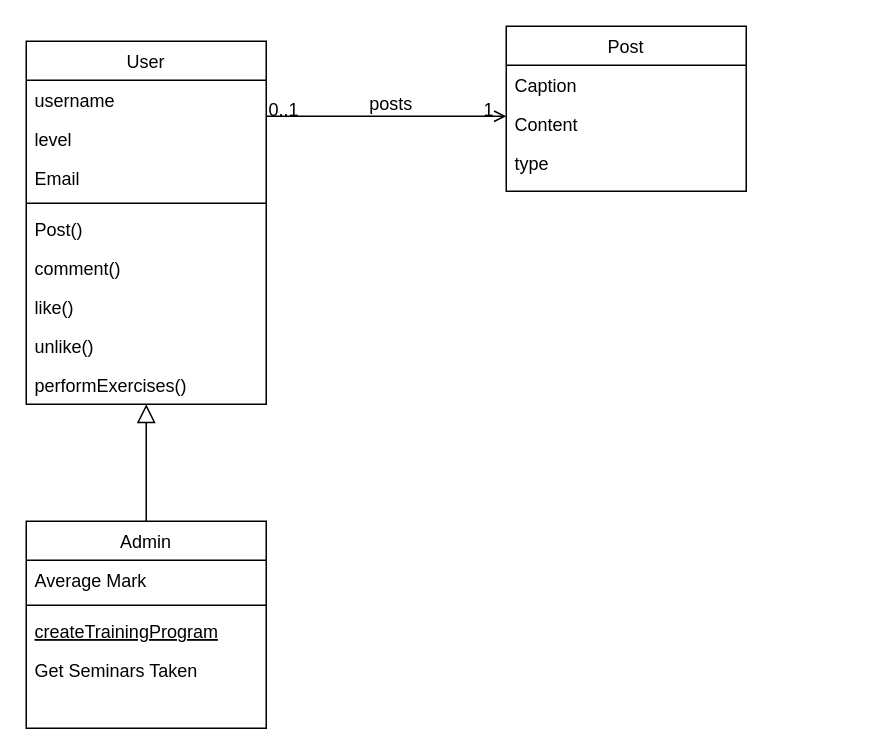
MohammadEssam0/database-related-things keeps this draw.io diagram as Untitled Diagram.drawio. Above is the earlier version. Source tidied: cells renumbered, new cells numbered last; positions are measured from the earlier drawing's top-left corner, leaving out a move shared by most shapes. Both pictures are drawn from the tidied source at 150%, with x=0, y=0 at pixel (26, 26).
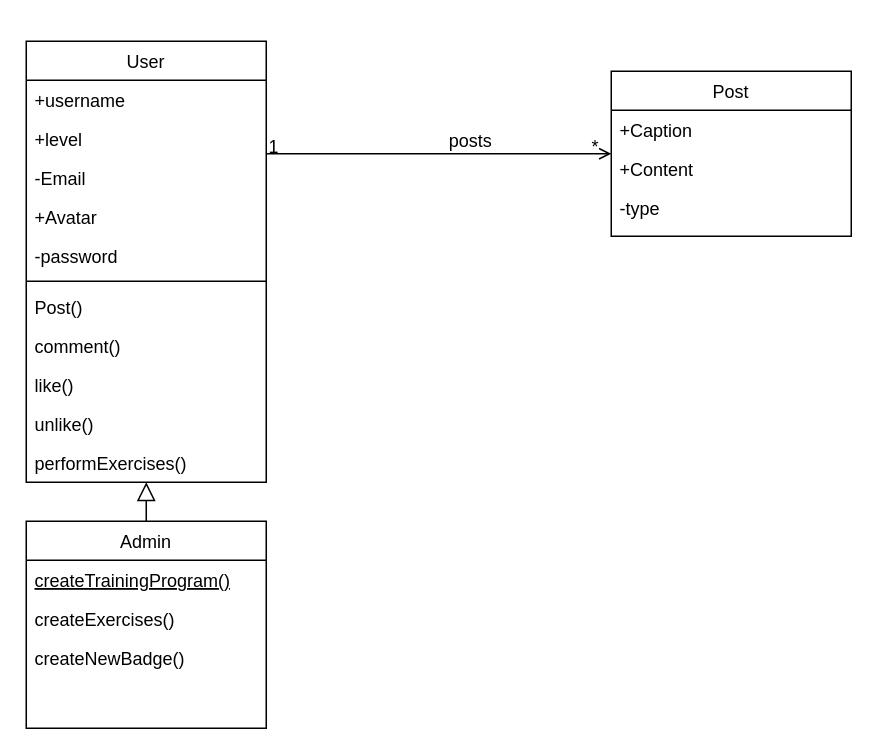
The same page after the edit.

Unchanged cells that the change refers to:
```xml
<mxCell id="12" value="Admin" style="swimlane;fontStyle=0;align=center;verticalAlign=top;horizontal=1;startSize=26;rounded=0;shadow=0;strokeWidth=1;" parent="1" vertex="1">
  <mxGeometry y="330" width="160" height="138" as="geometry" />
</mxCell>
<mxCell id="22" style="endArrow=open;shadow=0;strokeWidth=1;rounded=0;endFill=1;edgeStyle=elbowEdgeStyle;elbow=vertical;" parent="1" edge="1" source="2" target="18">
  <mxGeometry x="0.5" y="41" relative="1" as="geometry">
    <mxPoint x="-40" y="32" as="offset" />
  </mxGeometry>
</mxCell>
```

Change to the diagram source:
```diff
@@
     <mxCell id="2" value="User" style="swimlane;fontStyle=0;align=center;verticalAlign=top;horizontal=1;startSize=26;rounded=0;shadow=0;strokeWidth=1;" parent="1" vertex="1">
-      <mxGeometry y="10" width="160" height="242" as="geometry" />
+      <mxGeometry y="10" width="160" height="294" as="geometry" />
     </mxCell>
-    <mxCell id="3" value="username" style="text;align=left;verticalAlign=top;spacingLeft=4;spacingRight=4;overflow=hidden;" parent="2" vertex="1">
+    <mxCell id="3" value="+username" style="text;align=left;verticalAlign=top;spacingLeft=4;spacingRight=4;overflow=hidden;" parent="2" vertex="1">
       <mxGeometry y="26" width="160" height="26" as="geometry" />
     </mxCell>
-    <mxCell id="4" value="level" style="text;align=left;verticalAlign=top;spacingLeft=4;spacingRight=4;overflow=hidden;rounded=0;shadow=0;html=0;" parent="2" vertex="1">
+    <mxCell id="4" value="+level" style="text;align=left;verticalAlign=top;spacingLeft=4;spacingRight=4;overflow=hidden;rounded=0;shadow=0;html=0;" parent="2" vertex="1">
       <mxGeometry y="52" width="160" height="26" as="geometry" />
     </mxCell>
-    <mxCell id="5" value="Email" style="text;align=left;verticalAlign=top;spacingLeft=4;spacingRight=4;overflow=hidden;rounded=0;shadow=0;html=0;" parent="2" vertex="1">
+    <mxCell id="5" value="-Email" style="text;align=left;verticalAlign=top;spacingLeft=4;spacingRight=4;overflow=hidden;rounded=0;shadow=0;html=0;" parent="2" vertex="1">
       <mxGeometry y="78" width="160" height="26" as="geometry" />
     </mxCell>
+    <mxCell id="26" value="+Avatar" style="text;align=left;verticalAlign=top;spacingLeft=4;spacingRight=4;overflow=hidden;rounded=0;shadow=0;html=0;" parent="2" vertex="1">
+      <mxGeometry y="104" width="160" height="26" as="geometry" />
+    </mxCell>
+    <mxCell id="27" value="-password" style="text;align=left;verticalAlign=top;spacingLeft=4;spacingRight=4;overflow=hidden;rounded=0;shadow=0;html=0;" parent="2" vertex="1">
+      <mxGeometry y="130" width="160" height="26" as="geometry" />
+    </mxCell>
     <mxCell id="6" style="line;html=1;strokeWidth=1;align=left;verticalAlign=middle;spacingTop=-1;spacingLeft=3;spacingRight=3;labelPosition=right;" parent="2" vertex="1">
-      <mxGeometry y="104" width="160" height="8" as="geometry" />
+      <mxGeometry y="156" width="160" height="8" as="geometry" />
     </mxCell>
     <mxCell id="7" value="Post()" style="text;align=left;verticalAlign=top;spacingLeft=4;spacingRight=4;overflow=hidden;" parent="2" vertex="1">
-      <mxGeometry y="112" width="160" height="26" as="geometry" />
+      <mxGeometry y="164" width="160" height="26" as="geometry" />
     </mxCell>
     <mxCell id="8" value="comment()" style="text;align=left;verticalAlign=top;spacingLeft=4;spacingRight=4;overflow=hidden;" parent="2" vertex="1">
-      <mxGeometry y="138" width="160" height="26" as="geometry" />
+      <mxGeometry y="190" width="160" height="26" as="geometry" />
     </mxCell>
     <mxCell id="9" value="like()" style="text;align=left;verticalAlign=top;spacingLeft=4;spacingRight=4;overflow=hidden;" parent="2" vertex="1">
-      <mxGeometry y="164" width="160" height="26" as="geometry" />
+      <mxGeometry y="216" width="160" height="26" as="geometry" />
     </mxCell>
     <mxCell id="10" value="unlike()" style="text;align=left;verticalAlign=top;spacingLeft=4;spacingRight=4;overflow=hidden;" parent="2" vertex="1">
-      <mxGeometry y="190" width="160" height="26" as="geometry" />
+      <mxGeometry y="242" width="160" height="26" as="geometry" />
     </mxCell>
     <mxCell id="11" value="performExercises()" style="text;align=left;verticalAlign=top;spacingLeft=4;spacingRight=4;overflow=hidden;" parent="2" vertex="1">
-      <mxGeometry y="216" width="160" height="26" as="geometry" />
+      <mxGeometry y="268" width="160" height="26" as="geometry" />
     </mxCell>
@@
-    <mxCell id="13" value="Average Mark" style="text;align=left;verticalAlign=top;spacingLeft=4;spacingRight=4;overflow=hidden;rounded=0;shadow=0;html=0;" parent="12" vertex="1">
-      <mxGeometry y="26" width="160" height="26" as="geometry" />
-    </mxCell>
-    <mxCell id="14" style="line;html=1;strokeWidth=1;align=left;verticalAlign=middle;spacingTop=-1;spacingLeft=3;spacingRight=3;labelPosition=right;" parent="12" vertex="1">
-      <mxGeometry y="52" width="160" height="8" as="geometry" />
-    </mxCell>
-    <mxCell id="15" value="createTrainingProgram" style="text;align=left;verticalAlign=top;spacingLeft=4;spacingRight=4;overflow=hidden;fontStyle=4;" parent="12" vertex="1">
-      <mxGeometry y="60" width="160" height="26" as="geometry" />
+    <mxCell id="15" value="createTrainingProgram()" style="text;align=left;verticalAlign=top;spacingLeft=4;spacingRight=4;overflow=hidden;fontStyle=4;" parent="12" vertex="1">
+      <mxGeometry y="26" width="160" height="26" as="geometry" />
     </mxCell>
-    <mxCell id="16" value="Get Seminars Taken" style="text;align=left;verticalAlign=top;spacingLeft=4;spacingRight=4;overflow=hidden;" parent="12" vertex="1">
-      <mxGeometry y="86" width="160" height="26" as="geometry" />
+    <mxCell id="16" value="createExercises()" style="text;align=left;verticalAlign=top;spacingLeft=4;spacingRight=4;overflow=hidden;" parent="12" vertex="1">
+      <mxGeometry y="52" width="160" height="26" as="geometry" />
     </mxCell>
+    <mxCell id="28" value="createNewBadge()" style="text;align=left;verticalAlign=top;spacingLeft=4;spacingRight=4;overflow=hidden;" parent="12" vertex="1">
+      <mxGeometry y="78" width="160" height="26" as="geometry" />
+    </mxCell>
@@
     <mxCell id="18" value="Post" style="swimlane;fontStyle=0;align=center;verticalAlign=top;horizontal=1;startSize=26;rounded=0;shadow=0;strokeWidth=1;" parent="1" vertex="1">
-      <mxGeometry x="320" width="160" height="110" as="geometry" />
+      <mxGeometry x="390" y="30" width="160" height="110" as="geometry" />
     </mxCell>
-    <mxCell id="19" value="Caption" style="text;align=left;verticalAlign=top;spacingLeft=4;spacingRight=4;overflow=hidden;rounded=0;shadow=0;html=0;" parent="18" vertex="1">
+    <mxCell id="19" value="+Caption" style="text;align=left;verticalAlign=top;spacingLeft=4;spacingRight=4;overflow=hidden;rounded=0;shadow=0;html=0;" parent="18" vertex="1">
       <mxGeometry y="26" width="160" height="26" as="geometry" />
     </mxCell>
-    <mxCell id="20" value="Content" style="text;align=left;verticalAlign=top;spacingLeft=4;spacingRight=4;overflow=hidden;rounded=0;shadow=0;html=0;" parent="18" vertex="1">
+    <mxCell id="20" value="+Content" style="text;align=left;verticalAlign=top;spacingLeft=4;spacingRight=4;overflow=hidden;rounded=0;shadow=0;html=0;" parent="18" vertex="1">
       <mxGeometry y="52" width="160" height="26" as="geometry" />
     </mxCell>
-    <mxCell id="21" value="type" style="text;align=left;verticalAlign=top;spacingLeft=4;spacingRight=4;overflow=hidden;rounded=0;shadow=0;html=0;" parent="18" vertex="1">
+    <mxCell id="21" value="-type" style="text;align=left;verticalAlign=top;spacingLeft=4;spacingRight=4;overflow=hidden;rounded=0;shadow=0;html=0;" parent="18" vertex="1">
       <mxGeometry y="78" width="160" height="26" as="geometry" />
     </mxCell>
@@
-    <mxCell id="23" value="0..1" style="align=left;verticalAlign=bottom;labelBackgroundColor=none;fontSize=12;" parent="22" vertex="1">
+    <mxCell id="23" value="1" style="align=left;verticalAlign=bottom;labelBackgroundColor=none;fontSize=12;" parent="22" vertex="1">
       <mxGeometry x="-1" relative="1" as="geometry">
         <mxPoint y="4" as="offset" />
       </mxGeometry>
     </mxCell>
-    <mxCell id="24" value="1" style="align=right;verticalAlign=bottom;labelBackgroundColor=none;fontSize=12;" parent="22" vertex="1">
+    <mxCell id="24" value="*" style="align=right;verticalAlign=bottom;labelBackgroundColor=none;fontSize=12;" parent="22" vertex="1">
       <mxGeometry x="1" relative="1" as="geometry">
         <mxPoint x="-7" y="4" as="offset" />
       </mxGeometry>
     </mxCell>
```
